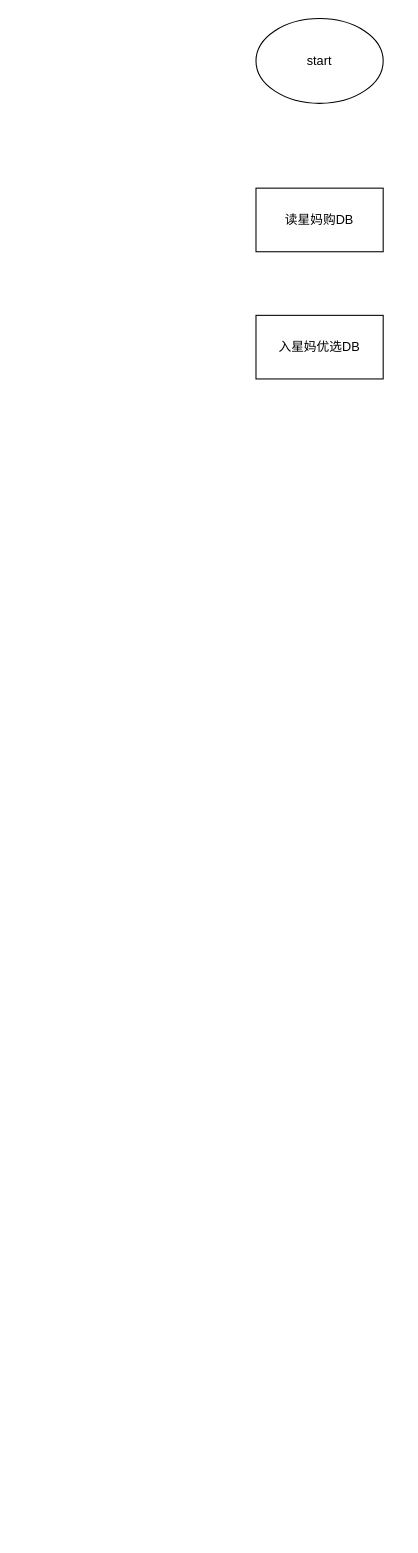
FocusZhouGD/drawprogram keeps this draw.io diagram as xmgdatatransfer.drawio. Above is the earlier version. Source tidied: cells renumbered, new cells numbered last; positions are measured from the earlier drawing's top-left corner, leaving out a move shared by most shapes. Both pictures are drawn from the tidied source at 106%, with x=0, y=0 at pixel (255, 18).
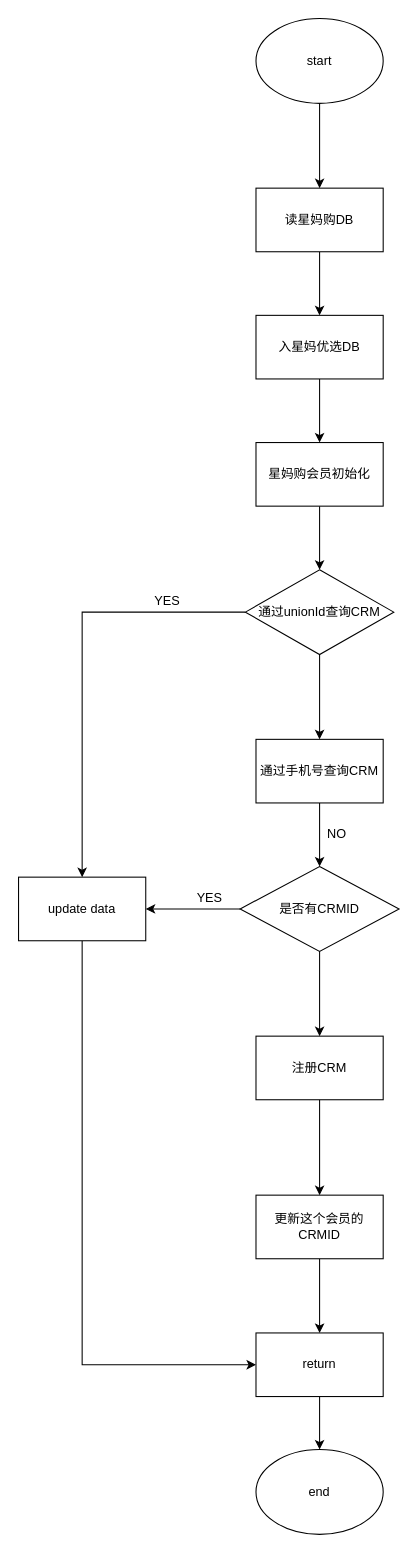
The same page after the edit.

Unchanged cells that the change refers to:
```xml
<mxCell id="2" value="start" style="ellipse;whiteSpace=wrap;html=1;" parent="1" vertex="1">
  <mxGeometry width="120" height="80" as="geometry" />
</mxCell>
<mxCell id="3" value="读星妈购DB" style="rounded=0;whiteSpace=wrap;html=1;" parent="1" vertex="1">
  <mxGeometry y="160" width="120" height="60" as="geometry" />
</mxCell>
<mxCell id="4" value="入星妈优选DB" style="rounded=0;whiteSpace=wrap;html=1;" parent="1" vertex="1">
  <mxGeometry y="280" width="120" height="60" as="geometry" />
</mxCell>
```

Diff of the diagram source:
```diff
@@
+    <mxCell id="5" style="edgeStyle=orthogonalEdgeStyle;rounded=0;jettySize=auto;html=1;" parent="1" edge="1" source="2" target="3">
+      <mxGeometry relative="1" as="geometry" />
+    </mxCell>
@@
+    <mxCell id="6" style="edgeStyle=orthogonalEdgeStyle;rounded=0;jettySize=auto;html=1;" parent="1" edge="1" source="3" target="4">
+      <mxGeometry relative="1" as="geometry" />
+    </mxCell>
@@
+    <mxCell id="7" style="edgeStyle=orthogonalEdgeStyle;rounded=0;jettySize=auto;html=1;" parent="1" edge="1" source="4" target="9">
+      <mxGeometry relative="1" as="geometry" />
+    </mxCell>
@@
+    <mxCell id="8" style="edgeStyle=orthogonalEdgeStyle;rounded=0;jettySize=auto;html=1;" parent="1" edge="1" source="9" target="12">
+      <mxGeometry relative="1" as="geometry" />
+    </mxCell>
+    <mxCell id="9" value="星妈购会员初始化" style="rounded=0;whiteSpace=wrap;html=1;" parent="1" vertex="1">
+      <mxGeometry y="400" width="120" height="60" as="geometry" />
+    </mxCell>
+    <mxCell id="10" style="edgeStyle=orthogonalEdgeStyle;rounded=0;jettySize=auto;html=1;" parent="1" edge="1" source="12" target="16">
+      <mxGeometry relative="1" as="geometry" />
+    </mxCell>
+    <mxCell id="11" style="edgeStyle=orthogonalEdgeStyle;rounded=0;jettySize=auto;html=1;entryX=0.5;entryY=0;entryDx=0;entryDy=0;" parent="1" edge="1" source="12" target="14">
+      <mxGeometry relative="1" as="geometry" />
+    </mxCell>
+    <mxCell id="12" value="通过unionId查询CRM" style="rhombus;whiteSpace=wrap;html=1;" parent="1" vertex="1">
+      <mxGeometry x="-10" y="520" width="140" height="80" as="geometry" />
+    </mxCell>
+    <mxCell id="13" style="edgeStyle=orthogonalEdgeStyle;rounded=0;jettySize=auto;html=1;entryX=0;entryY=0.5;entryDx=0;entryDy=0;" parent="1" edge="1" source="14" target="29">
+      <mxGeometry relative="1" as="geometry">
+        <Array as="points">
+          <mxPoint x="-164" y="1270" />
+        </Array>
+      </mxGeometry>
+    </mxCell>
+    <mxCell id="14" value="update data" style="rounded=0;whiteSpace=wrap;html=1;" parent="1" vertex="1">
+      <mxGeometry x="-224" y="810" width="120" height="60" as="geometry" />
+    </mxCell>
+    <mxCell id="15" style="edgeStyle=orthogonalEdgeStyle;rounded=0;jettySize=auto;html=1;" parent="1" edge="1" source="16" target="19">
+      <mxGeometry relative="1" as="geometry" />
+    </mxCell>
+    <mxCell id="16" value="通过手机号查询CRM" style="rounded=0;whiteSpace=wrap;html=1;" parent="1" vertex="1">
+      <mxGeometry y="680" width="120" height="60" as="geometry" />
+    </mxCell>
+    <mxCell id="17" style="edgeStyle=orthogonalEdgeStyle;rounded=0;jettySize=auto;html=1;" parent="1" edge="1" source="19" target="14">
+      <mxGeometry relative="1" as="geometry" />
+    </mxCell>
+    <mxCell id="18" style="edgeStyle=orthogonalEdgeStyle;rounded=0;jettySize=auto;html=1;" parent="1" edge="1" source="19" target="21">
+      <mxGeometry relative="1" as="geometry" />
+    </mxCell>
+    <mxCell id="19" value="是否有CRMID" style="rhombus;whiteSpace=wrap;html=1;" parent="1" vertex="1">
+      <mxGeometry x="-15" y="800" width="150" height="80" as="geometry" />
+    </mxCell>
+    <mxCell id="20" style="edgeStyle=orthogonalEdgeStyle;rounded=0;jettySize=auto;html=1;" parent="1" edge="1" source="21" target="23">
+      <mxGeometry relative="1" as="geometry" />
+    </mxCell>
+    <mxCell id="21" value="注册CRM" style="rounded=0;whiteSpace=wrap;html=1;" parent="1" vertex="1">
+      <mxGeometry y="960" width="120" height="60" as="geometry" />
+    </mxCell>
+    <mxCell id="22" style="edgeStyle=orthogonalEdgeStyle;rounded=0;jettySize=auto;html=1;" parent="1" edge="1" source="23" target="29">
+      <mxGeometry relative="1" as="geometry" />
+    </mxCell>
+    <mxCell id="23" value="更新这个会员的CRMID" style="rounded=0;whiteSpace=wrap;html=1;" parent="1" vertex="1">
+      <mxGeometry y="1110" width="120" height="60" as="geometry" />
+    </mxCell>
+    <mxCell id="24" value="end" style="ellipse;whiteSpace=wrap;html=1;" parent="1" vertex="1">
+      <mxGeometry y="1350" width="120" height="80" as="geometry" />
+    </mxCell>
+    <mxCell id="25" value="NO" style="text;html=1;align=center;verticalAlign=middle;strokeColor=none;" parent="1" vertex="1">
+      <mxGeometry x="61" y="760" width="30" height="20" as="geometry" />
+    </mxCell>
+    <mxCell id="26" value="YES" style="text;html=1;align=center;verticalAlign=middle;strokeColor=none;" parent="1" vertex="1">
+      <mxGeometry x="-64" y="820" width="40" height="20" as="geometry" />
+    </mxCell>
+    <mxCell id="27" value="YES" style="text;html=1;align=center;verticalAlign=middle;strokeColor=none;" parent="1" vertex="1">
+      <mxGeometry x="-104" y="540" width="40" height="20" as="geometry" />
+    </mxCell>
+    <mxCell id="28" style="edgeStyle=orthogonalEdgeStyle;rounded=0;jettySize=auto;html=1;" parent="1" edge="1" source="29" target="24">
+      <mxGeometry relative="1" as="geometry" />
+    </mxCell>
+    <mxCell id="29" value="return" style="rounded=0;whiteSpace=wrap;html=1;" parent="1" vertex="1">
+      <mxGeometry y="1240" width="120" height="60" as="geometry" />
+    </mxCell>
```
